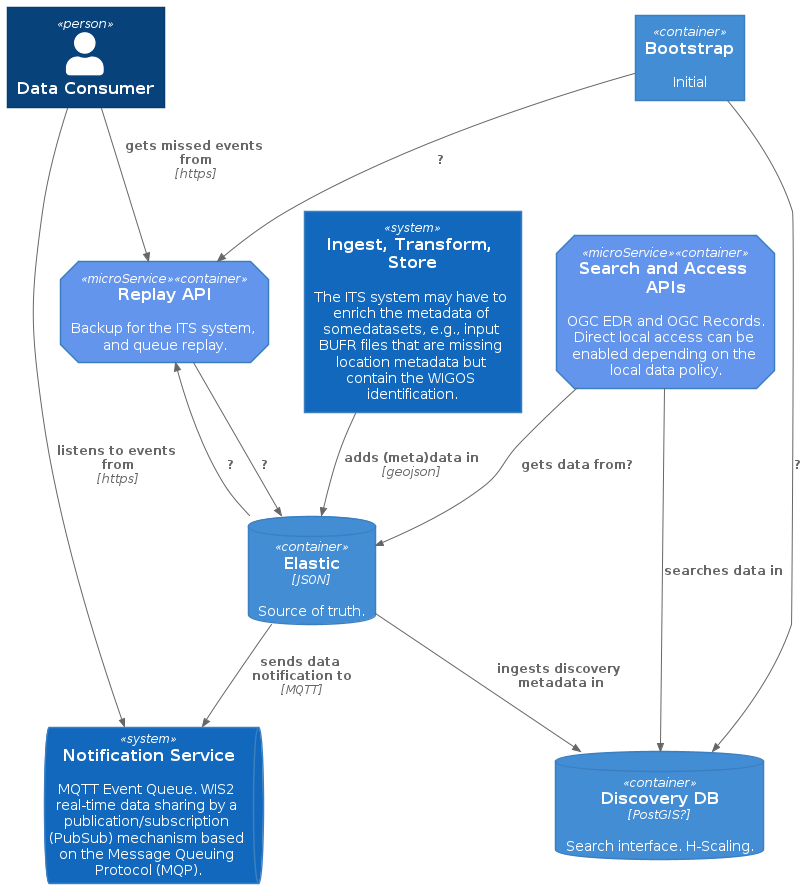
This is c4-container-data-store.png from EURODEO/e-soh-c4, a PlantUML export, as it was before one commit.
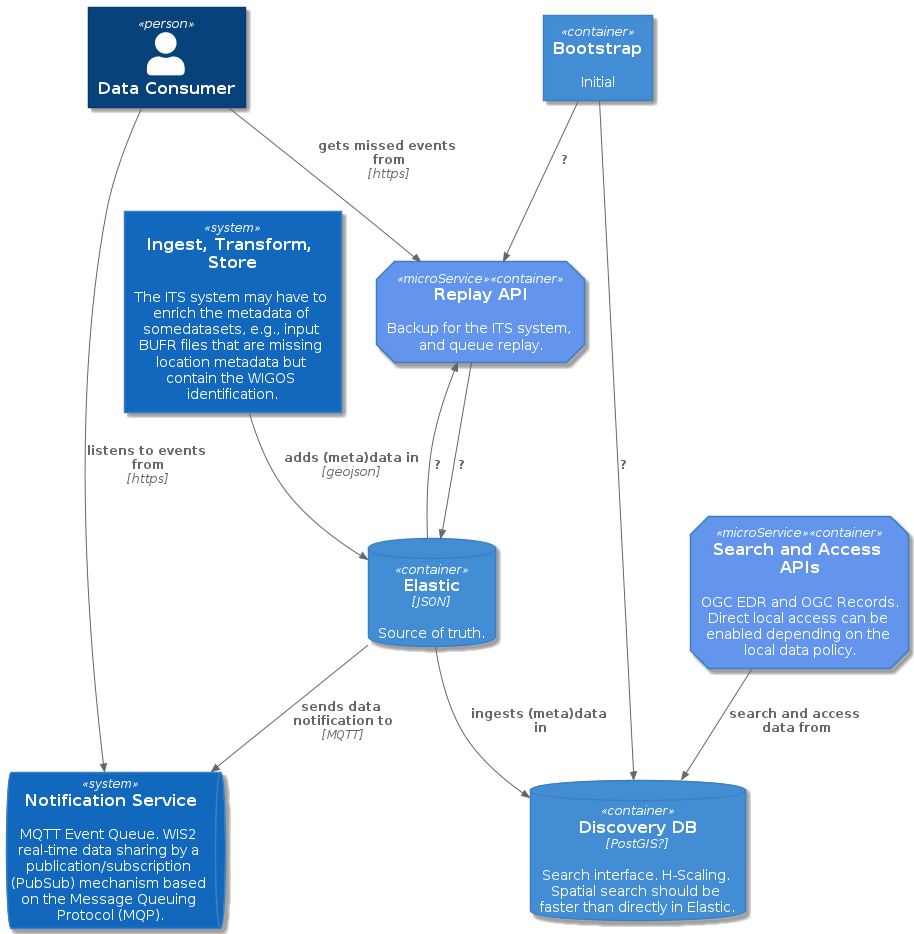
After the commit.

Commit message:
update after comments from Lasse

What changed in the source:
```diff
@@ -13,11 +13,11 @@
 Container(replay, "Replay API", "", "Backup for the ITS system, and queue replay.", $tags = "microService")
 Container(edr, "Search and Access APIs", "", "OGC EDR and OGC Records. Direct local access can be enabled depending on the local data policy.", $tags = "microService")
 ContainerDb(elastic, "Elastic", "JSON", "Source of truth.")
-ContainerDb(db, "Discovery DB", "PostGIS?", "Search interface. H-Scaling.")
+ContainerDb(db, "Discovery DB", "PostGIS?", "Search interface. H-Scaling. Spatial search should be faster than directly in Elastic.")
 Container(bootstrap, "Bootstrap", "", "Initial")
 
 Rel(its, elastic, "adds (meta)data in", "geojson")
-Rel(elastic, db, "ingests discovery metadata in", "")
+Rel(elastic, db, "ingests (meta)data in", "")
 Rel(elastic, queue, "sends data notification to", "MQTT")
 Rel(elastic, replay, "?", "")
 Rel(replay, elastic, "?", "")
@@ -25,7 +25,6 @@
 Rel(bootstrap, db, "?", "")
 Rel(consumer, queue, "listens to events from", "https")
 Rel(consumer, replay, "gets missed events from", "https")
-Rel(edr, db, "searches data in", "")
-Rel(edr, elastic, "gets data from?", "")
+Rel(edr, db, "search and access data from", "")
 
 @enduml
```
